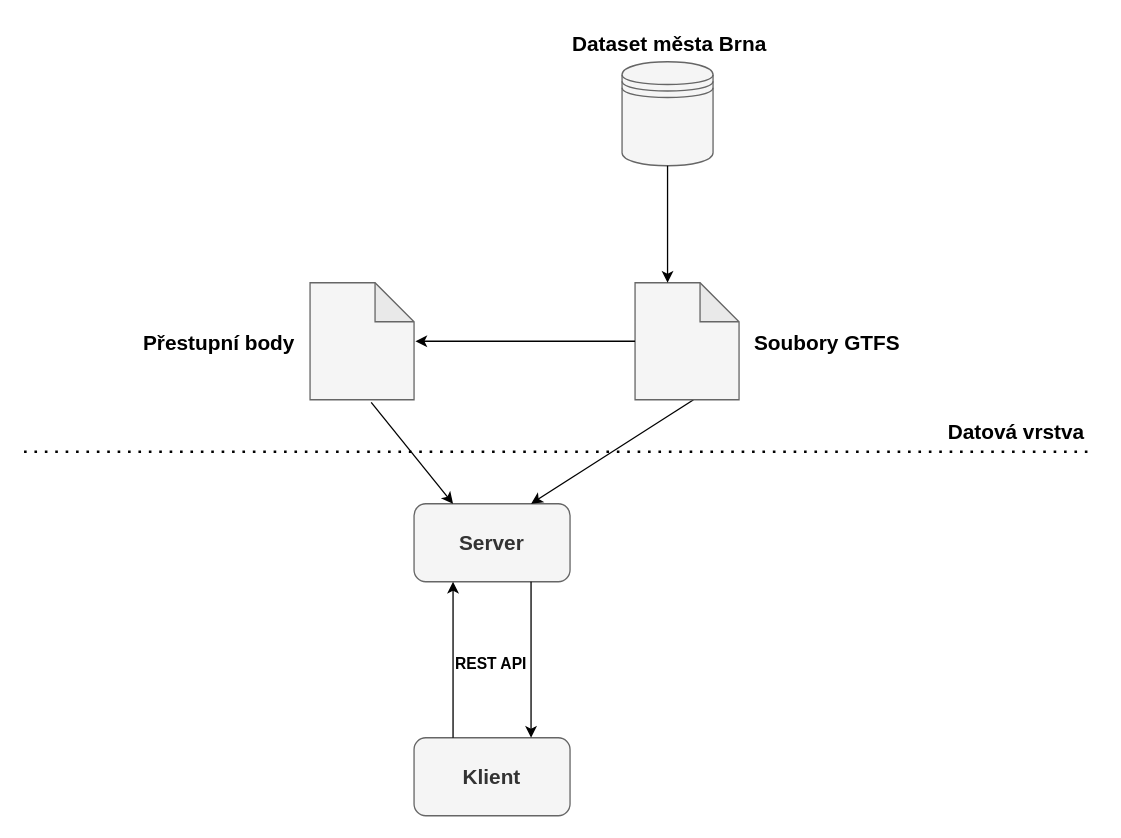
This is multimodal-planner/DP - architecture.drawio from honzav23/dp-multimodal-planner, a draw.io file, before an edit. Source tidied: cells renumbered, new cells numbered last; positions are measured from the earlier drawing's top-left corner, leaving out a move shared by most shapes. Both pictures are drawn from the tidied source at 130%, with x=0, y=0 at pixel (23, 22).
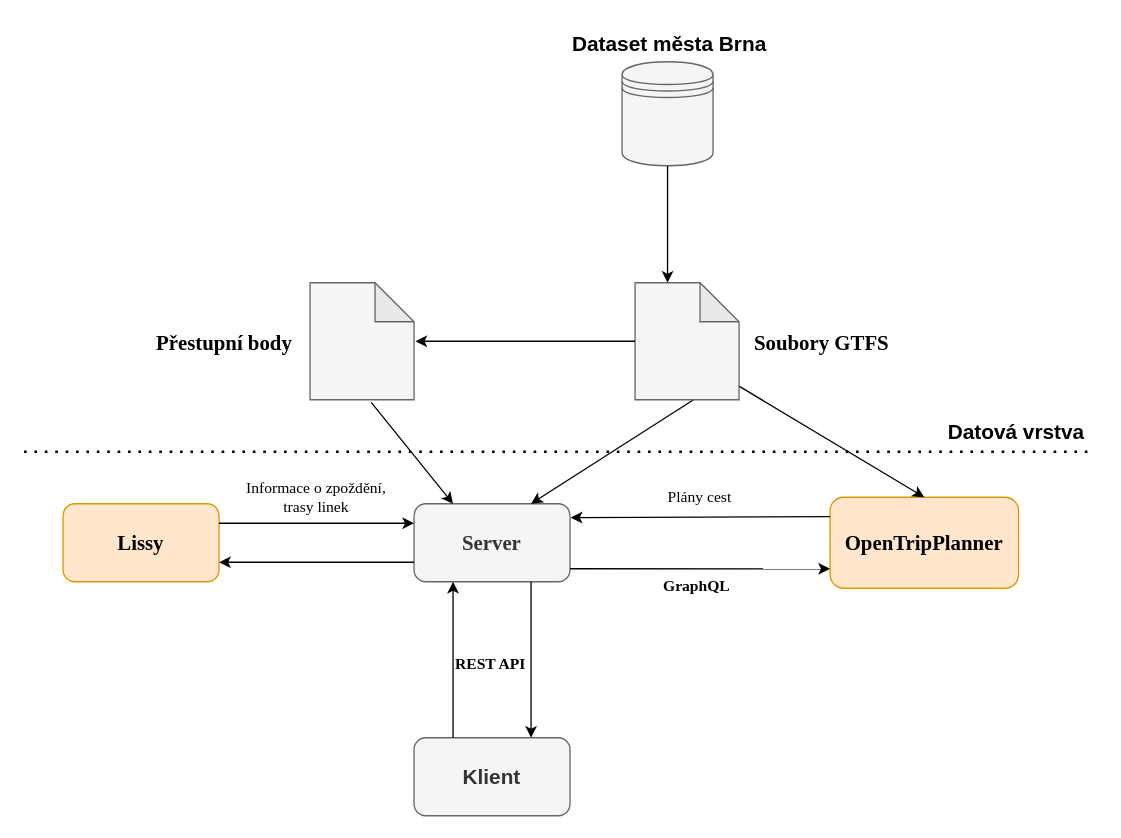
After the change.

Unchanged cells that the change refers to:
```xml
<mxCell id="11" style="shape=note;whiteSpace=wrap;html=1;backgroundOutline=1;darkOpacity=0.05;fillColor=#f5f5f5;fontColor=#333333;strokeColor=#666666;" parent="1" vertex="1">
  <mxGeometry x="470" y="200" width="80" height="90" as="geometry" />
</mxCell>
```

Diff of the diagram source:
```diff
@@
-    <mxCell id="3" value="&lt;font size=&quot;1&quot;&gt;&lt;b style=&quot;font-size: 16px;&quot;&gt;Server&lt;/b&gt;&lt;/font&gt;" style="rounded=1;whiteSpace=wrap;html=1;fillColor=#f5f5f5;fontColor=#333333;strokeColor=#666666;" parent="1" vertex="1">
+    <mxCell id="3" value="&lt;font face=&quot;Times New Roman&quot; size=&quot;1&quot;&gt;&lt;b style=&quot;font-size: 16px;&quot;&gt;Server&lt;/b&gt;&lt;/font&gt;" style="rounded=1;whiteSpace=wrap;html=1;fillColor=#f5f5f5;fontColor=#333333;strokeColor=#666666;" parent="1" vertex="1">
       <mxGeometry x="300" y="370" width="120" height="60" as="geometry" />
     </mxCell>
@@
-    <mxCell id="7" value="&lt;font style=&quot;font-size: 16px;&quot;&gt;&lt;b&gt;Přestupní body&lt;/b&gt;&lt;/font&gt;" style="text;whiteSpace=wrap;html=1;" parent="1" vertex="1">
-      <mxGeometry x="90" y="230" width="120" height="40" as="geometry" />
+    <mxCell id="7" value="&lt;font face=&quot;Times New Roman&quot; style=&quot;font-size: 16px;&quot;&gt;&lt;b&gt;Přestupní body&lt;/b&gt;&lt;/font&gt;" style="text;whiteSpace=wrap;html=1;" parent="1" vertex="1">
+      <mxGeometry x="100" y="230" width="120" height="40" as="geometry" />
     </mxCell>
-    <mxCell id="8" value="&lt;font&gt;&lt;b&gt;REST API&lt;br&gt;&lt;/b&gt;&lt;/font&gt;" style="text;whiteSpace=wrap;html=1;" parent="1" vertex="1">
-      <mxGeometry x="330" y="480" width="120" height="40" as="geometry" />
+    <mxCell id="8" value="&lt;font face=&quot;Times New Roman&quot;&gt;&lt;b&gt;REST API&lt;br&gt;&lt;/b&gt;&lt;/font&gt;" style="text;whiteSpace=wrap;html=1;" parent="1" vertex="1">
+      <mxGeometry x="330" y="480" width="60" height="40" as="geometry" />
     </mxCell>
@@
-    <mxCell id="12" value="&lt;b&gt;&lt;font style=&quot;font-size: 16px;&quot;&gt;Soubory GTFS&lt;br&gt;&lt;/font&gt;&lt;/b&gt;" style="text;whiteSpace=wrap;html=1;" parent="1" vertex="1">
+    <mxCell id="12" value="&lt;font face=&quot;Times New Roman&quot;&gt;&lt;b&gt;&lt;font style=&quot;font-size: 16px;&quot;&gt;Soubory GTFS&lt;br&gt;&lt;/font&gt;&lt;/b&gt;&lt;/font&gt;" style="text;whiteSpace=wrap;html=1;" parent="1" vertex="1">
       <mxGeometry x="560" y="230" width="120" height="40" as="geometry" />
     </mxCell>
@@
+    <mxCell id="19" value="&lt;font face=&quot;Times New Roman&quot; style=&quot;font-size: 16px;&quot;&gt;&lt;b&gt;OpenTripPlanner&lt;/b&gt;&lt;/font&gt;" style="rounded=1;whiteSpace=wrap;html=1;fillColor=#ffe6cc;strokeColor=#d79b00;" parent="1" vertex="1">
+      <mxGeometry x="620" y="365" width="145" height="70" as="geometry" />
+    </mxCell>
+    <mxCell id="20" style="endArrow=classic;html=1;rounded=0;entryX=0;entryY=0.787;entryDx=0;entryDy=0;entryPerimeter=0;" parent="1" edge="1" target="19">
+      <mxGeometry relative="1" as="geometry">
+        <mxPoint x="420" y="420" as="sourcePoint" />
+      </mxGeometry>
+    </mxCell>
+    <mxCell id="21" style="endArrow=classic;html=1;rounded=0;entryX=1.004;entryY=0.178;entryDx=0;entryDy=0;entryPerimeter=0;exitX=0;exitY=0.213;exitDx=0;exitDy=0;exitPerimeter=0;" parent="1" edge="1" source="19" target="3">
+      <mxGeometry relative="1" as="geometry" />
+    </mxCell>
+    <mxCell id="22" value="&lt;div&gt;&lt;font face=&quot;Times New Roman&quot;&gt;&lt;b&gt;GraphQL&lt;/b&gt;&lt;/font&gt;&lt;/div&gt;" style="text;whiteSpace=wrap;html=1;" parent="1" vertex="1">
+      <mxGeometry x="490" y="420" width="60" height="30" as="geometry" />
+    </mxCell>
+    <mxCell id="23" value="&lt;font face=&quot;Times New Roman&quot; style=&quot;font-size: 16px;&quot;&gt;&lt;b&gt;Lissy&lt;/b&gt;&lt;/font&gt;" style="rounded=1;whiteSpace=wrap;html=1;fillColor=#ffe6cc;strokeColor=#d79b00;" parent="1" vertex="1">
+      <mxGeometry x="30" y="370" width="120" height="60" as="geometry" />
+    </mxCell>
+    <mxCell id="24" style="endArrow=classic;html=1;rounded=0;exitX=0;exitY=0.75;exitDx=0;exitDy=0;entryX=1;entryY=0.75;entryDx=0;entryDy=0;" parent="1" edge="1" source="3" target="23">
+      <mxGeometry relative="1" as="geometry" />
+    </mxCell>
+    <mxCell id="25" style="endArrow=classic;html=1;rounded=0;exitX=1;exitY=0.25;exitDx=0;exitDy=0;entryX=0;entryY=0.25;entryDx=0;entryDy=0;" parent="1" edge="1" source="23" target="3">
+      <mxGeometry relative="1" as="geometry" />
+    </mxCell>
+    <mxCell id="26" value="&lt;font face=&quot;Times New Roman&quot;&gt;Informace o zpoždění, trasy linek&lt;/font&gt;" style="text;html=1;align=center;verticalAlign=middle;whiteSpace=wrap;rounded=0;" parent="1" vertex="1">
+      <mxGeometry x="160" y="350" width="130" height="30" as="geometry" />
+    </mxCell>
+    <mxCell id="27" value="&lt;font face=&quot;Times New Roman&quot;&gt;Plány cest&lt;br&gt;&lt;/font&gt;" style="text;html=1;align=center;verticalAlign=middle;whiteSpace=wrap;rounded=0;" parent="1" vertex="1">
+      <mxGeometry x="455" y="350" width="130" height="30" as="geometry" />
+    </mxCell>
+    <mxCell id="28" style="endArrow=classic;html=1;rounded=0;exitX=1.004;exitY=0.886;exitDx=0;exitDy=0;exitPerimeter=0;entryX=0.5;entryY=0;entryDx=0;entryDy=0;" parent="1" edge="1" source="11" target="19">
+      <mxGeometry relative="1" as="geometry" />
+    </mxCell>
```
